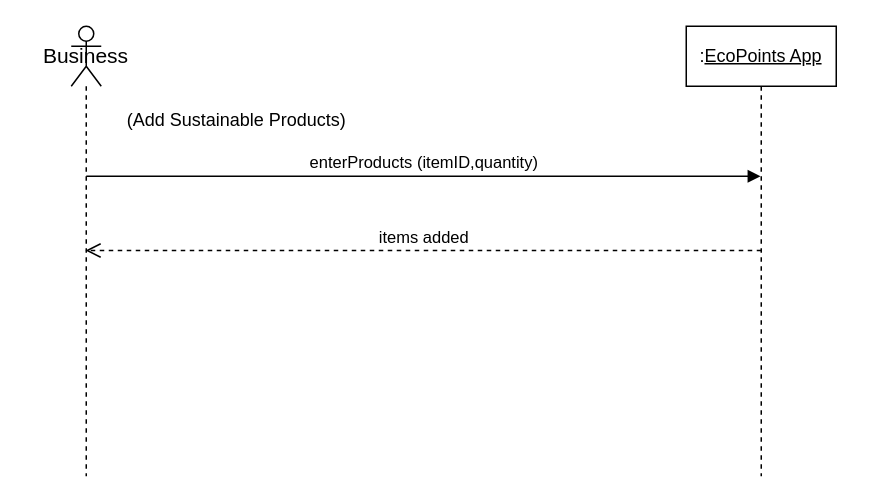
The draw.io diagram Untitled Diagram.drawio in biabcp/SSD-Sustainable-Products-, before the edit. Source tidied: cells renumbered, new cells numbered last; positions are measured from the earlier drawing's top-left corner, leaving out a move shared by most shapes. Both pictures are drawn from the tidied source at 150%, with x=0, y=0 at pixel (70, 26).
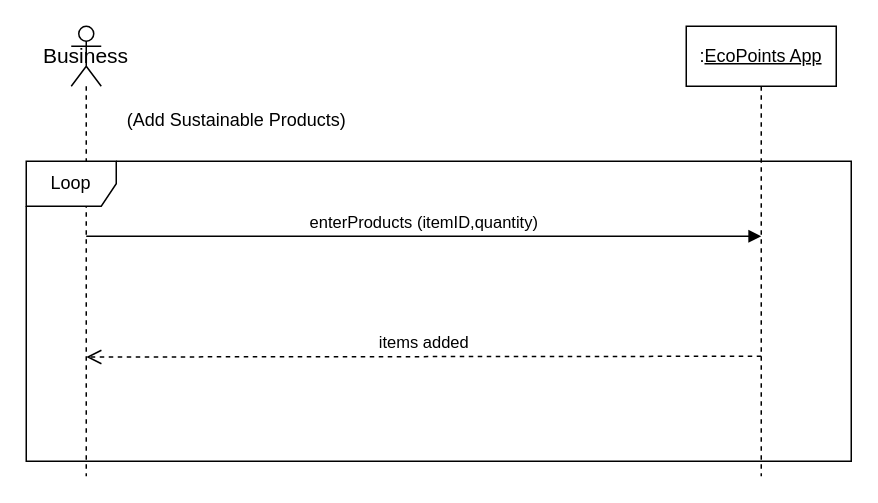
Above is the later version.

Commit message (it also covers changes not shown here):
Sustainable Products SSD.drawio

The edit, as a diff of the source:
```diff
@@
 <mxGraphModel>
   <root>
     <mxCell id="0" />
     <mxCell id="1" parent="0" />
     <mxCell id="2" value=":&lt;u&gt;EcoPoints App&lt;/u&gt;" style="shape=umlLifeline;perimeter=lifelinePerimeter;whiteSpace=wrap;html=1;outlineConnect=0;portConstraint=eastwest;newEdgeStyle={&quot;curved&quot;:0,&quot;rounded&quot;:0};" parent="1" vertex="1">
       <mxGeometry x="410" width="100" height="300" as="geometry" />
     </mxCell>
     <mxCell id="3" value="&lt;font style=&quot;font-size: 14px;&quot;&gt;Business&lt;/font&gt;" style="shape=umlLifeline;perimeter=lifelinePerimeter;whiteSpace=wrap;html=1;outlineConnect=0;portConstraint=eastwest;newEdgeStyle={&quot;curved&quot;:0,&quot;rounded&quot;:0};participant=umlActor;" parent="1" vertex="1">
       <mxGeometry width="20" height="300" as="geometry" />
     </mxCell>
     <mxCell id="4" value="(Add Sustainable Products)" style="text;html=1;align=center;verticalAlign=middle;strokeColor=none;fillColor=none;" parent="1" vertex="1">
       <mxGeometry x="25" y="48" width="170" height="30" as="geometry" />
     </mxCell>
+    <mxCell id="6" value="items added" style="html=1;verticalAlign=bottom;endArrow=open;dashed=1;endSize=8;curved=0;rounded=0;" parent="1" edge="1">
+      <mxGeometry relative="1" as="geometry">
+        <mxPoint x="460" y="220" as="sourcePoint" />
+        <mxPoint x="10" y="220.5" as="targetPoint" />
+      </mxGeometry>
+    </mxCell>
-    <mxCell id="5" value="enterProducts (itemID,quantity)" style="html=1;verticalAlign=bottom;endArrow=block;curved=0;rounded=0;" parent="1" edge="1" target="2">
+    <mxCell id="5" value="enterProducts (itemID,quantity)" style="html=1;verticalAlign=bottom;endArrow=block;curved=0;rounded=0;" parent="1" edge="1">
       <mxGeometry relative="1" as="geometry">
-        <mxPoint x="10" y="100" as="sourcePoint" />
+        <mxPoint x="10" y="140" as="sourcePoint" />
+        <mxPoint x="460" y="140" as="targetPoint" />
       </mxGeometry>
     </mxCell>
-    <mxCell id="6" value="items added" style="html=1;verticalAlign=bottom;endArrow=open;dashed=1;endSize=8;curved=0;rounded=0;" parent="1" edge="1" target="3">
-      <mxGeometry relative="1" as="geometry">
-        <mxPoint x="460" y="149.5" as="sourcePoint" />
-      </mxGeometry>
-    </mxCell>
+    <mxCell id="7" value="Loop" style="shape=umlFrame;whiteSpace=wrap;html=1;" parent="1" vertex="1">
+      <mxGeometry x="-30" y="90" width="550" height="200" as="geometry" />
+    </mxCell>
   </root>
 </mxGraphModel>
```
